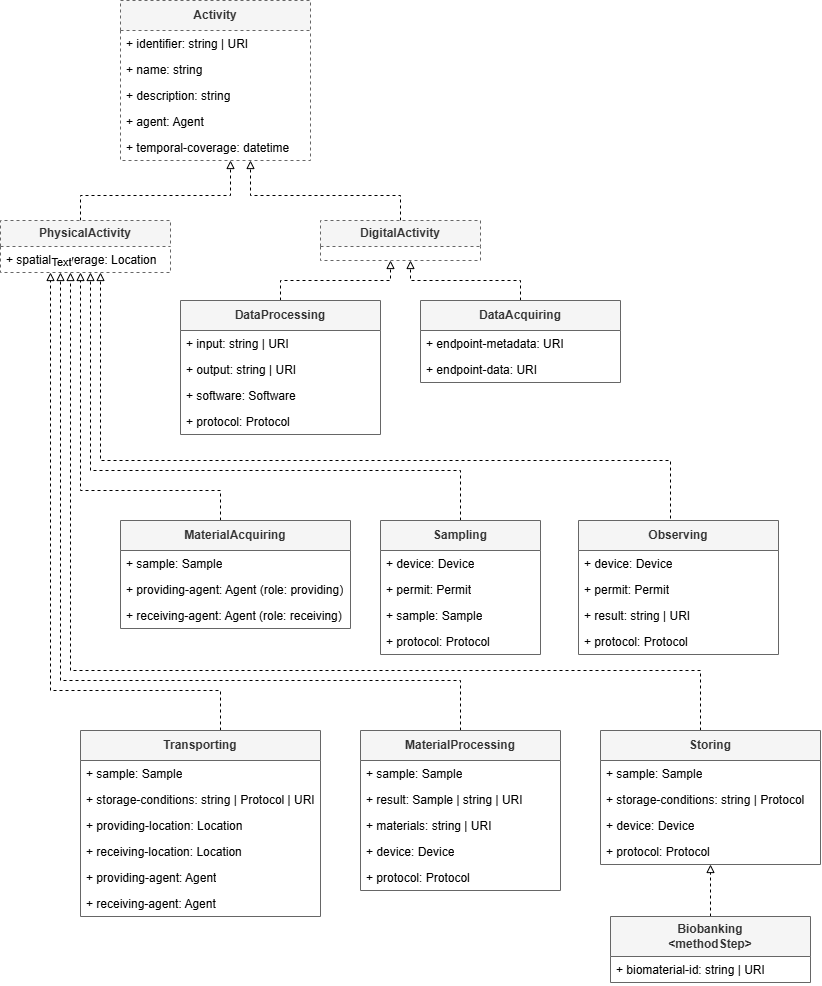
This is docs/EMBRC-prov-model-Activity.png from vliz-be-opsci/embrc-prov-model, a draw.io export, as it was before one commit. Source tidied: cells renumbered, new cells last; positions are measured from the earlier drawing's top-left corner, leaving out a move shared by most shapes. Its diagram source:
```xml
<mxGraphModel>
  <root>
    <mxCell id="0" />
    <mxCell id="1" parent="0" />
    <mxCell id="2" value="&lt;div&gt;&lt;b&gt;Activity&lt;/b&gt;&lt;/div&gt;" style="swimlane;fontStyle=0;horizontal=1;startSize=30;fillColor=#f5f5f5;whiteSpace=wrap;html=1;fontColor=#333333;strokeColor=#666666;dashed=1;" parent="1" vertex="1">
      <mxGeometry x="120" width="190" height="160" as="geometry" />
    </mxCell>
    <mxCell id="3" value="+ identifier: string | URI" style="text;strokeColor=none;fillColor=none;align=left;verticalAlign=top;spacingLeft=4;spacingRight=4;overflow=hidden;whiteSpace=wrap;html=1;" parent="2" vertex="1">
      <mxGeometry y="30" width="190" height="26" as="geometry" />
    </mxCell>
    <mxCell id="4" value="+ name: string&amp;nbsp;" style="text;strokeColor=none;fillColor=none;align=left;verticalAlign=top;spacingLeft=4;spacingRight=4;overflow=hidden;whiteSpace=wrap;html=1;" parent="2" vertex="1">
      <mxGeometry y="56" width="190" height="26" as="geometry" />
    </mxCell>
    <mxCell id="5" value="+ description: string" style="text;strokeColor=none;fillColor=none;align=left;verticalAlign=top;spacingLeft=4;spacingRight=4;overflow=hidden;whiteSpace=wrap;html=1;" parent="2" vertex="1">
      <mxGeometry y="82" width="190" height="26" as="geometry" />
    </mxCell>
    <mxCell id="6" value="+ agent: Agent" style="text;strokeColor=none;fillColor=none;align=left;verticalAlign=top;spacingLeft=4;spacingRight=4;overflow=hidden;whiteSpace=wrap;html=1;" parent="2" vertex="1">
      <mxGeometry y="108" width="190" height="26" as="geometry" />
    </mxCell>
    <mxCell id="7" value="+ temporal-coverage: datetime" style="text;strokeColor=none;fillColor=none;align=left;verticalAlign=top;spacingLeft=4;spacingRight=4;overflow=hidden;whiteSpace=wrap;html=1;" parent="2" vertex="1">
      <mxGeometry y="134" width="190" height="26" as="geometry" />
    </mxCell>
    <mxCell id="8" style="edgeStyle=orthogonalEdgeStyle;rounded=0;jettySize=auto;html=1;dashed=1;endArrow=block;endFill=0;" parent="1" edge="1" source="9" target="2">
      <mxGeometry relative="1" as="geometry">
        <Array as="points">
          <mxPoint x="80" y="195" />
          <mxPoint x="230" y="195" />
        </Array>
      </mxGeometry>
    </mxCell>
    <mxCell id="9" value="&lt;b&gt;PhysicalActivity&lt;/b&gt;" style="swimlane;fontStyle=0;horizontal=1;startSize=26;fillColor=#f5f5f5;whiteSpace=wrap;html=1;fontColor=#333333;strokeColor=#666666;dashed=1;" parent="1" vertex="1">
      <mxGeometry y="220" width="170" height="52" as="geometry" />
    </mxCell>
    <mxCell id="10" value="+ spatial-coverage: Location" style="text;strokeColor=none;fillColor=none;align=left;verticalAlign=top;spacingLeft=4;spacingRight=4;overflow=hidden;whiteSpace=wrap;html=1;" parent="9" vertex="1">
      <mxGeometry y="26" width="170" height="26" as="geometry" />
    </mxCell>
    <mxCell id="11" style="edgeStyle=orthogonalEdgeStyle;rounded=0;jettySize=auto;html=1;dashed=1;endArrow=block;endFill=0;" parent="1" edge="1" source="12" target="2">
      <mxGeometry relative="1" as="geometry">
        <Array as="points">
          <mxPoint x="400" y="195" />
          <mxPoint x="250" y="195" />
        </Array>
      </mxGeometry>
    </mxCell>
    <mxCell id="12" value="&lt;b&gt;DigitalActivity&lt;/b&gt;" style="swimlane;fontStyle=0;horizontal=1;startSize=26;fillColor=#f5f5f5;whiteSpace=wrap;html=1;fontColor=#333333;strokeColor=#666666;dashed=1;" parent="1" vertex="1">
      <mxGeometry x="320" y="220" width="160" height="40" as="geometry" />
    </mxCell>
    <mxCell id="13" style="edgeStyle=orthogonalEdgeStyle;rounded=0;jettySize=auto;html=1;dashed=1;endArrow=block;endFill=0;" parent="1" edge="1" source="14" target="12">
      <mxGeometry relative="1" as="geometry">
        <Array as="points">
          <mxPoint x="280" y="280" />
          <mxPoint x="390" y="280" />
        </Array>
      </mxGeometry>
    </mxCell>
    <mxCell id="14" value="&lt;div&gt;&lt;b&gt;DataProcessing&lt;/b&gt;&lt;/div&gt;" style="swimlane;fontStyle=0;horizontal=1;startSize=30;fillColor=#f5f5f5;whiteSpace=wrap;html=1;fontColor=#333333;strokeColor=#666666;" parent="1" vertex="1">
      <mxGeometry x="180" y="300" width="200" height="134" as="geometry" />
    </mxCell>
    <mxCell id="15" value="+ input: string | URI" style="text;strokeColor=none;fillColor=none;align=left;verticalAlign=top;spacingLeft=4;spacingRight=4;overflow=hidden;whiteSpace=wrap;html=1;" parent="14" vertex="1">
      <mxGeometry y="30" width="200" height="26" as="geometry" />
    </mxCell>
    <mxCell id="16" value="+ output: string | URI" style="text;strokeColor=none;fillColor=none;align=left;verticalAlign=top;spacingLeft=4;spacingRight=4;overflow=hidden;whiteSpace=wrap;html=1;" parent="14" vertex="1">
      <mxGeometry y="56" width="200" height="26" as="geometry" />
    </mxCell>
    <mxCell id="17" value="+ software: Software" style="text;strokeColor=none;fillColor=none;align=left;verticalAlign=top;spacingLeft=4;spacingRight=4;overflow=hidden;whiteSpace=wrap;html=1;" parent="14" vertex="1">
      <mxGeometry y="82" width="200" height="26" as="geometry" />
    </mxCell>
    <mxCell id="18" value="+ protocol: Protocol" style="text;strokeColor=none;fillColor=none;align=left;verticalAlign=top;spacingLeft=4;spacingRight=4;overflow=hidden;whiteSpace=wrap;html=1;" parent="14" vertex="1">
      <mxGeometry y="108" width="200" height="26" as="geometry" />
    </mxCell>
    <mxCell id="19" style="edgeStyle=orthogonalEdgeStyle;rounded=0;jettySize=auto;html=1;dashed=1;endArrow=block;endFill=0;" parent="1" edge="1" source="20" target="12">
      <mxGeometry relative="1" as="geometry">
        <Array as="points">
          <mxPoint x="520" y="280" />
          <mxPoint x="410" y="280" />
        </Array>
      </mxGeometry>
    </mxCell>
    <mxCell id="20" value="&lt;div&gt;&lt;b&gt;DataAcquiring&lt;/b&gt;&lt;/div&gt;" style="swimlane;fontStyle=0;horizontal=1;startSize=30;fillColor=#f5f5f5;whiteSpace=wrap;html=1;fontColor=#333333;strokeColor=#666666;" parent="1" vertex="1">
      <mxGeometry x="420" y="300" width="200" height="82" as="geometry" />
    </mxCell>
    <mxCell id="21" value="+ endpoint-metadata: URI" style="text;strokeColor=none;fillColor=none;align=left;verticalAlign=top;spacingLeft=4;spacingRight=4;overflow=hidden;whiteSpace=wrap;html=1;" parent="20" vertex="1">
      <mxGeometry y="30" width="200" height="26" as="geometry" />
    </mxCell>
    <mxCell id="22" value="+ endpoint-data: URI" style="text;strokeColor=none;fillColor=none;align=left;verticalAlign=top;spacingLeft=4;spacingRight=4;overflow=hidden;whiteSpace=wrap;html=1;" parent="20" vertex="1">
      <mxGeometry y="56" width="200" height="26" as="geometry" />
    </mxCell>
    <mxCell id="23" style="edgeStyle=orthogonalEdgeStyle;rounded=0;jettySize=auto;html=1;dashed=1;endArrow=block;endFill=0;" parent="1" edge="1" source="24" target="9">
      <mxGeometry relative="1" as="geometry">
        <Array as="points">
          <mxPoint x="220" y="490" />
          <mxPoint x="80" y="490" />
        </Array>
      </mxGeometry>
    </mxCell>
    <mxCell id="24" value="&lt;div&gt;&lt;b&gt;MaterialAcquiring&lt;/b&gt;&lt;/div&gt;" style="swimlane;fontStyle=0;horizontal=1;startSize=30;fillColor=#f5f5f5;whiteSpace=wrap;html=1;fontColor=#333333;strokeColor=#666666;" parent="1" vertex="1">
      <mxGeometry x="120" y="520" width="230" height="108" as="geometry" />
    </mxCell>
    <mxCell id="25" value="+ sample: Sample" style="text;strokeColor=none;fillColor=none;align=left;verticalAlign=top;spacingLeft=4;spacingRight=4;overflow=hidden;whiteSpace=wrap;html=1;" parent="24" vertex="1">
      <mxGeometry y="30" width="230" height="26" as="geometry" />
    </mxCell>
    <mxCell id="26" value="+ providing-agent: Agent (role: providing)" style="text;strokeColor=none;fillColor=none;align=left;verticalAlign=top;spacingLeft=4;spacingRight=4;overflow=hidden;whiteSpace=wrap;html=1;" parent="24" vertex="1">
      <mxGeometry y="56" width="230" height="26" as="geometry" />
    </mxCell>
    <mxCell id="27" value="+ receiving-agent: Agent (role: receiving)" style="text;strokeColor=none;fillColor=none;align=left;verticalAlign=top;spacingLeft=4;spacingRight=4;overflow=hidden;whiteSpace=wrap;html=1;" parent="24" vertex="1">
      <mxGeometry y="82" width="230" height="26" as="geometry" />
    </mxCell>
    <mxCell id="28" style="edgeStyle=orthogonalEdgeStyle;rounded=0;jettySize=auto;html=1;dashed=1;endArrow=block;endFill=0;" parent="1" edge="1" source="29" target="9">
      <mxGeometry relative="1" as="geometry">
        <Array as="points">
          <mxPoint x="460" y="470" />
          <mxPoint x="90" y="470" />
        </Array>
      </mxGeometry>
    </mxCell>
    <mxCell id="29" value="&lt;b&gt;Sampling&lt;/b&gt;" style="swimlane;fontStyle=0;horizontal=1;startSize=30;fillColor=#f5f5f5;whiteSpace=wrap;html=1;fontColor=#333333;strokeColor=#666666;" parent="1" vertex="1">
      <mxGeometry x="380" y="520" width="160" height="134" as="geometry" />
    </mxCell>
    <mxCell id="30" value="+ device: Device" style="text;strokeColor=none;fillColor=none;align=left;verticalAlign=top;spacingLeft=4;spacingRight=4;overflow=hidden;whiteSpace=wrap;html=1;" parent="29" vertex="1">
      <mxGeometry y="30" width="160" height="26" as="geometry" />
    </mxCell>
    <mxCell id="31" value="+ permit: Permit" style="text;strokeColor=none;fillColor=none;align=left;verticalAlign=top;spacingLeft=4;spacingRight=4;overflow=hidden;whiteSpace=wrap;html=1;" parent="29" vertex="1">
      <mxGeometry y="56" width="160" height="26" as="geometry" />
    </mxCell>
    <mxCell id="32" value="+ sample: Sample" style="text;strokeColor=none;fillColor=none;align=left;verticalAlign=top;spacingLeft=4;spacingRight=4;overflow=hidden;whiteSpace=wrap;html=1;" parent="29" vertex="1">
      <mxGeometry y="82" width="160" height="26" as="geometry" />
    </mxCell>
    <mxCell id="33" value="+ protocol: Protocol" style="text;strokeColor=none;fillColor=none;align=left;verticalAlign=top;spacingLeft=4;spacingRight=4;overflow=hidden;whiteSpace=wrap;html=1;" parent="29" vertex="1">
      <mxGeometry y="108" width="160" height="26" as="geometry" />
    </mxCell>
    <mxCell id="34" style="edgeStyle=orthogonalEdgeStyle;rounded=0;jettySize=auto;html=1;dashed=1;endArrow=block;endFill=0;exitX=0.46;exitY=0.03;exitDx=0;exitDy=0;exitPerimeter=0;" parent="1" edge="1" source="35" target="9">
      <mxGeometry relative="1" as="geometry">
        <Array as="points">
          <mxPoint x="670" y="460" />
          <mxPoint x="100" y="460" />
        </Array>
      </mxGeometry>
    </mxCell>
    <mxCell id="35" value="&lt;b&gt;Observing&lt;/b&gt;" style="swimlane;fontStyle=0;horizontal=1;startSize=30;fillColor=#f5f5f5;whiteSpace=wrap;html=1;fontColor=#333333;strokeColor=#666666;" parent="1" vertex="1">
      <mxGeometry x="578" y="520" width="200" height="134" as="geometry" />
    </mxCell>
    <mxCell id="36" value="+ device: Device" style="text;strokeColor=none;fillColor=none;align=left;verticalAlign=top;spacingLeft=4;spacingRight=4;overflow=hidden;whiteSpace=wrap;html=1;" parent="35" vertex="1">
      <mxGeometry y="30" width="200" height="26" as="geometry" />
    </mxCell>
    <mxCell id="37" value="+ permit: Permit" style="text;strokeColor=none;fillColor=none;align=left;verticalAlign=top;spacingLeft=4;spacingRight=4;overflow=hidden;whiteSpace=wrap;html=1;" parent="35" vertex="1">
      <mxGeometry y="56" width="200" height="26" as="geometry" />
    </mxCell>
    <mxCell id="38" value="+ result: string | URI" style="text;strokeColor=none;fillColor=none;align=left;verticalAlign=top;spacingLeft=4;spacingRight=4;overflow=hidden;whiteSpace=wrap;html=1;" parent="35" vertex="1">
      <mxGeometry y="82" width="200" height="26" as="geometry" />
    </mxCell>
    <mxCell id="39" value="+ protocol: Protocol" style="text;strokeColor=none;fillColor=none;align=left;verticalAlign=top;spacingLeft=4;spacingRight=4;overflow=hidden;whiteSpace=wrap;html=1;" parent="35" vertex="1">
      <mxGeometry y="108" width="200" height="26" as="geometry" />
    </mxCell>
    <mxCell id="40" style="edgeStyle=orthogonalEdgeStyle;rounded=0;jettySize=auto;html=1;dashed=1;endArrow=block;endFill=0;" parent="1" edge="1" source="41" target="9">
      <mxGeometry relative="1" as="geometry">
        <Array as="points">
          <mxPoint x="220" y="690" />
          <mxPoint x="50" y="690" />
        </Array>
      </mxGeometry>
    </mxCell>
    <mxCell id="41" value="&lt;b&gt;Transporting&lt;/b&gt;" style="swimlane;fontStyle=0;horizontal=1;startSize=30;fillColor=#f5f5f5;whiteSpace=wrap;html=1;fontColor=#333333;strokeColor=#666666;" parent="1" vertex="1">
      <mxGeometry x="80" y="730" width="240" height="186" as="geometry" />
    </mxCell>
    <mxCell id="42" value="+ sample: Sample" style="text;strokeColor=none;fillColor=none;align=left;verticalAlign=top;spacingLeft=4;spacingRight=4;overflow=hidden;whiteSpace=wrap;html=1;" parent="41" vertex="1">
      <mxGeometry y="30" width="240" height="26" as="geometry" />
    </mxCell>
    <mxCell id="43" value="+ storage-conditions: string | Protocol | URI" style="text;strokeColor=none;fillColor=none;align=left;verticalAlign=top;spacingLeft=4;spacingRight=4;overflow=hidden;whiteSpace=wrap;html=1;" parent="41" vertex="1">
      <mxGeometry y="56" width="240" height="26" as="geometry" />
    </mxCell>
    <mxCell id="44" value="+ providing-location: Location" style="text;strokeColor=none;fillColor=none;align=left;verticalAlign=top;spacingLeft=4;spacingRight=4;overflow=hidden;whiteSpace=wrap;html=1;" parent="41" vertex="1">
      <mxGeometry y="82" width="240" height="26" as="geometry" />
    </mxCell>
    <mxCell id="45" value="+ receiving-location: Location" style="text;strokeColor=none;fillColor=none;align=left;verticalAlign=top;spacingLeft=4;spacingRight=4;overflow=hidden;whiteSpace=wrap;html=1;" parent="41" vertex="1">
      <mxGeometry y="108" width="240" height="26" as="geometry" />
    </mxCell>
    <mxCell id="46" value="+ providing-agent: Agent" style="text;strokeColor=none;fillColor=none;align=left;verticalAlign=top;spacingLeft=4;spacingRight=4;overflow=hidden;whiteSpace=wrap;html=1;" parent="41" vertex="1">
      <mxGeometry y="134" width="240" height="26" as="geometry" />
    </mxCell>
    <mxCell id="47" value="+ receiving-agent: Agent" style="text;strokeColor=none;fillColor=none;align=left;verticalAlign=top;spacingLeft=4;spacingRight=4;overflow=hidden;whiteSpace=wrap;html=1;" parent="41" vertex="1">
      <mxGeometry y="160" width="240" height="26" as="geometry" />
    </mxCell>
    <mxCell id="48" style="edgeStyle=orthogonalEdgeStyle;rounded=0;jettySize=auto;html=1;dashed=1;endArrow=block;endFill=0;" parent="1" edge="1" source="50" target="9">
      <mxGeometry relative="1" as="geometry">
        <Array as="points">
          <mxPoint x="460" y="680" />
          <mxPoint x="60" y="680" />
        </Array>
      </mxGeometry>
    </mxCell>
    <mxCell id="49" value="Text" style="edgeLabel;html=1;align=center;verticalAlign=middle;" parent="48" vertex="1">
      <mxGeometry x="1" y="11" relative="1" as="geometry">
        <mxPoint x="11" y="-11" as="offset" />
      </mxGeometry>
    </mxCell>
    <mxCell id="50" value="&lt;b&gt;MaterialProcessing&lt;/b&gt;" style="swimlane;fontStyle=0;horizontal=1;startSize=30;fillColor=#f5f5f5;whiteSpace=wrap;html=1;fontColor=#333333;strokeColor=#666666;" parent="1" vertex="1">
      <mxGeometry x="360" y="730" width="200" height="160" as="geometry" />
    </mxCell>
    <mxCell id="51" value="+ sample: Sample" style="text;strokeColor=none;fillColor=none;align=left;verticalAlign=top;spacingLeft=4;spacingRight=4;overflow=hidden;whiteSpace=wrap;html=1;" parent="50" vertex="1">
      <mxGeometry y="30" width="200" height="26" as="geometry" />
    </mxCell>
    <mxCell id="52" value="+ result: Sample | string | URI" style="text;strokeColor=none;fillColor=none;align=left;verticalAlign=top;spacingLeft=4;spacingRight=4;overflow=hidden;whiteSpace=wrap;html=1;" parent="50" vertex="1">
      <mxGeometry y="56" width="200" height="26" as="geometry" />
    </mxCell>
    <mxCell id="53" value="+ materials: string | URI" style="text;strokeColor=none;fillColor=none;align=left;verticalAlign=top;spacingLeft=4;spacingRight=4;overflow=hidden;whiteSpace=wrap;html=1;" parent="50" vertex="1">
      <mxGeometry y="82" width="200" height="26" as="geometry" />
    </mxCell>
    <mxCell id="54" value="+ device: Device" style="text;strokeColor=none;fillColor=none;align=left;verticalAlign=top;spacingLeft=4;spacingRight=4;overflow=hidden;whiteSpace=wrap;html=1;" parent="50" vertex="1">
      <mxGeometry y="108" width="200" height="26" as="geometry" />
    </mxCell>
    <mxCell id="55" value="+ protocol: Protocol" style="text;strokeColor=none;fillColor=none;align=left;verticalAlign=top;spacingLeft=4;spacingRight=4;overflow=hidden;whiteSpace=wrap;html=1;" parent="50" vertex="1">
      <mxGeometry y="134" width="200" height="26" as="geometry" />
    </mxCell>
    <mxCell id="56" style="edgeStyle=orthogonalEdgeStyle;rounded=0;jettySize=auto;html=1;dashed=1;endArrow=block;endFill=0;" parent="1" edge="1" source="57" target="9">
      <mxGeometry relative="1" as="geometry">
        <Array as="points">
          <mxPoint x="700" y="670" />
          <mxPoint x="70" y="670" />
        </Array>
      </mxGeometry>
    </mxCell>
    <mxCell id="57" value="&lt;b&gt;Storing&lt;/b&gt;" style="swimlane;fontStyle=0;horizontal=1;startSize=30;fillColor=#f5f5f5;whiteSpace=wrap;html=1;fontColor=#333333;strokeColor=#666666;" parent="1" vertex="1">
      <mxGeometry x="600" y="730" width="220" height="134" as="geometry" />
    </mxCell>
    <mxCell id="58" value="+ sample: Sample" style="text;strokeColor=none;fillColor=none;align=left;verticalAlign=top;spacingLeft=4;spacingRight=4;overflow=hidden;whiteSpace=wrap;html=1;" parent="57" vertex="1">
      <mxGeometry y="30" width="220" height="26" as="geometry" />
    </mxCell>
    <mxCell id="59" value="+ storage-conditions: string | Protocol" style="text;strokeColor=none;fillColor=none;align=left;verticalAlign=top;spacingLeft=4;spacingRight=4;overflow=hidden;whiteSpace=wrap;html=1;" parent="57" vertex="1">
      <mxGeometry y="56" width="220" height="26" as="geometry" />
    </mxCell>
    <mxCell id="60" value="+ device: Device" style="text;strokeColor=none;fillColor=none;align=left;verticalAlign=top;spacingLeft=4;spacingRight=4;overflow=hidden;whiteSpace=wrap;html=1;" parent="57" vertex="1">
      <mxGeometry y="82" width="220" height="26" as="geometry" />
    </mxCell>
    <mxCell id="61" value="+ protocol: Protocol" style="text;strokeColor=none;fillColor=none;align=left;verticalAlign=top;spacingLeft=4;spacingRight=4;overflow=hidden;whiteSpace=wrap;html=1;" parent="57" vertex="1">
      <mxGeometry y="108" width="220" height="26" as="geometry" />
    </mxCell>
    <mxCell id="62" style="edgeStyle=orthogonalEdgeStyle;rounded=0;jettySize=auto;html=1;dashed=1;endArrow=block;endFill=0;" parent="1" edge="1" source="63" target="57">
      <mxGeometry relative="1" as="geometry" />
    </mxCell>
    <mxCell id="63" value="&lt;b&gt;Biobanking&lt;/b&gt;&lt;div&gt;&lt;b&gt;&amp;lt;methodStep&amp;gt;&lt;/b&gt;&lt;/div&gt;" style="swimlane;fontStyle=0;horizontal=1;startSize=40;fillColor=#f5f5f5;whiteSpace=wrap;html=1;fontColor=#333333;strokeColor=#666666;" parent="1" vertex="1">
      <mxGeometry x="610" y="916" width="200" height="66" as="geometry" />
    </mxCell>
    <mxCell id="64" value="+ biomaterial-id: string | URI" style="text;strokeColor=none;fillColor=none;align=left;verticalAlign=top;spacingLeft=4;spacingRight=4;overflow=hidden;whiteSpace=wrap;html=1;" parent="63" vertex="1">
      <mxGeometry y="40" width="200" height="26" as="geometry" />
    </mxCell>
  </root>
</mxGraphModel>
```
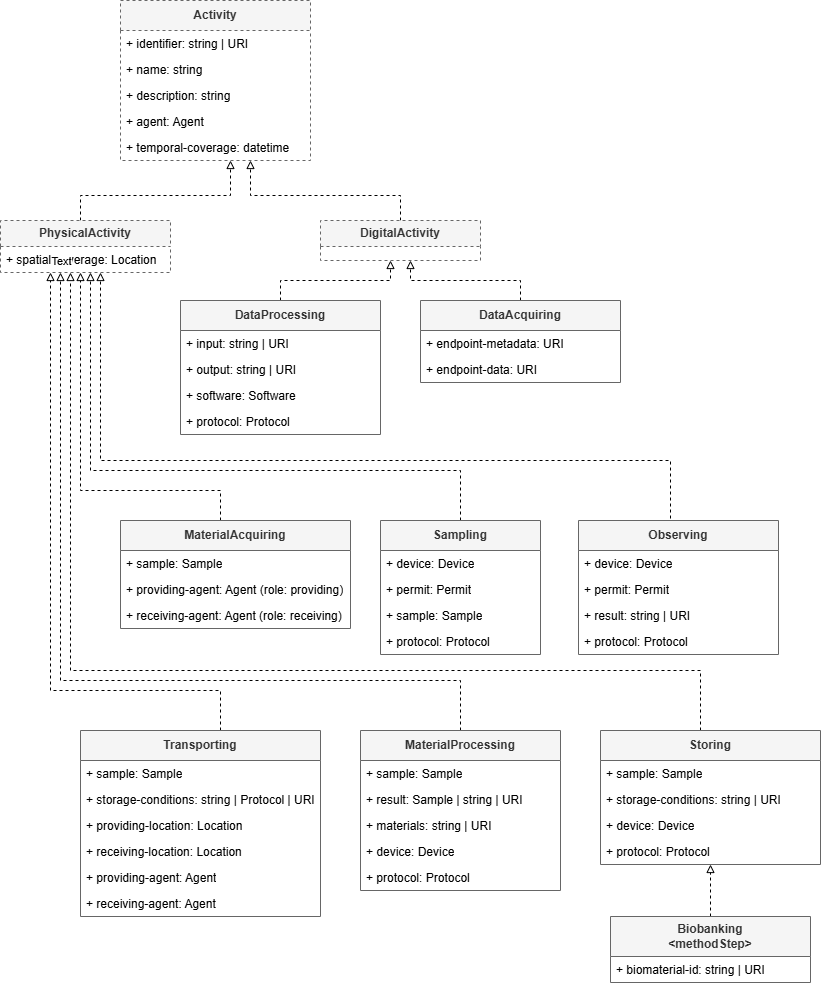
Above is the later version.

The edit, as a diff of the source:
```diff
@@ -225,7 +225,7 @@
     <mxCell id="58" value="+ sample: Sample" style="text;strokeColor=none;fillColor=none;align=left;verticalAlign=top;spacingLeft=4;spacingRight=4;overflow=hidden;whiteSpace=wrap;html=1;" parent="57" vertex="1">
       <mxGeometry y="30" width="220" height="26" as="geometry" />
     </mxCell>
-    <mxCell id="59" value="+ storage-conditions: string | Protocol" style="text;strokeColor=none;fillColor=none;align=left;verticalAlign=top;spacingLeft=4;spacingRight=4;overflow=hidden;whiteSpace=wrap;html=1;" parent="57" vertex="1">
+    <mxCell id="59" value="+ storage-conditions: string | URI" style="text;strokeColor=none;fillColor=none;align=left;verticalAlign=top;spacingLeft=4;spacingRight=4;overflow=hidden;whiteSpace=wrap;html=1;" parent="57" vertex="1">
       <mxGeometry y="56" width="220" height="26" as="geometry" />
     </mxCell>
     <mxCell id="60" value="+ device: Device" style="text;strokeColor=none;fillColor=none;align=left;verticalAlign=top;spacingLeft=4;spacingRight=4;overflow=hidden;whiteSpace=wrap;html=1;" parent="57" vertex="1">
```
